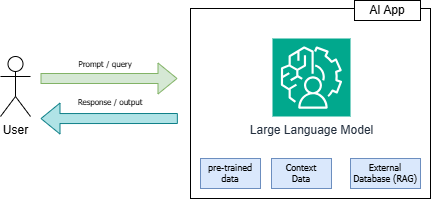
Before: diagrams/prompt_engineering.png, a diagram exported from draw.io (sebaeze/prompt-engineering). Source tidied: cells renumbered, new cells last; positions are measured from the earlier drawing's top-left corner, leaving out a move shared by most shapes.
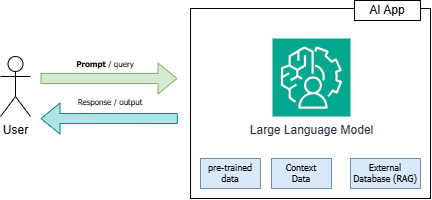
After the change.

The edit, as a diff of the source:
```diff
@@ -38,7 +38,7 @@
         <mxPoint x="40" y="118.1" as="targetPoint" />
       </mxGeometry>
     </mxCell>
-    <mxCell id="12" value="&lt;font face=&quot;Tahoma&quot; style=&quot;font-size: 8px;&quot;&gt;Prompt / query&lt;/font&gt;" style="text;html=1;align=center;verticalAlign=middle;whiteSpace=wrap;rounded=0;" parent="1" vertex="1">
+    <mxCell id="12" value="&lt;font face=&quot;Tahoma&quot; style=&quot;font-size: 8px;&quot;&gt;&lt;b&gt;Prompt&lt;/b&gt; / query&lt;/font&gt;" style="text;html=1;align=center;verticalAlign=middle;whiteSpace=wrap;rounded=0;" parent="1" vertex="1">
       <mxGeometry x="70" y="48" width="70" height="30" as="geometry" />
     </mxCell>
   </root>
```
